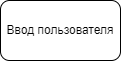
Above: блок схема итоговая.drawio.png in Maratum8888/FinalWork (draw.io), before the change. Source tidied: cells renumbered, new cells last; positions are measured from the earlier drawing's top-left corner, leaving out a move shared by most shapes.
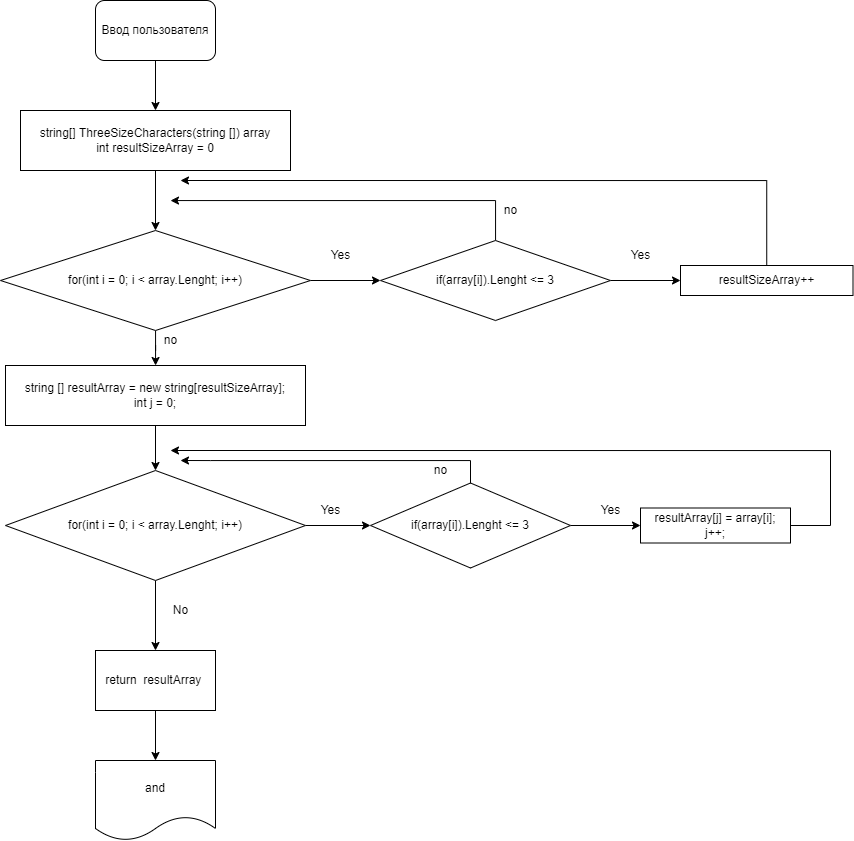
The same diagram one commit later.

Commit message:
блок схема к задаче.drawio.png

What changed in the source:
```diff
@@ -2,8 +2,127 @@
   <root>
     <mxCell id="0" />
     <mxCell id="1" parent="0" />
+    <mxCell id="3" style="edgeStyle=orthogonalEdgeStyle;rounded=0;jettySize=auto;html=1;" parent="1" edge="1" source="2" target="5">
+      <mxGeometry relative="1" as="geometry" />
+    </mxCell>
     <mxCell id="2" value="Ввод пользователя" style="rounded=1;whiteSpace=wrap;html=1;" parent="1" vertex="1">
       <mxGeometry width="120" height="60" as="geometry" />
     </mxCell>
+    <mxCell id="4" style="edgeStyle=orthogonalEdgeStyle;rounded=0;jettySize=auto;html=1;" parent="1" edge="1" source="5" target="8">
+      <mxGeometry relative="1" as="geometry" />
+    </mxCell>
+    <mxCell id="5" value="string[] ThreeSizeCharacters(string []) array&lt;br&gt;int resultSizeArray = 0" style="rounded=0;whiteSpace=wrap;html=1;" parent="1" vertex="1">
+      <mxGeometry x="-75" y="110" width="270" height="60" as="geometry" />
+    </mxCell>
+    <mxCell id="6" style="edgeStyle=orthogonalEdgeStyle;rounded=0;jettySize=auto;html=1;" parent="1" edge="1" source="8" target="11">
+      <mxGeometry relative="1" as="geometry" />
+    </mxCell>
+    <mxCell id="7" style="edgeStyle=orthogonalEdgeStyle;rounded=0;jettySize=auto;html=1;" parent="1" edge="1" source="8" target="20">
+      <mxGeometry relative="1" as="geometry" />
+    </mxCell>
+    <mxCell id="8" value="for(int i = 0; i &amp;lt; array.Lenght; i++)" style="rhombus;whiteSpace=wrap;html=1;" parent="1" vertex="1">
+      <mxGeometry x="-95" y="230" width="310" height="100" as="geometry" />
+    </mxCell>
+    <mxCell id="9" style="edgeStyle=orthogonalEdgeStyle;rounded=0;jettySize=auto;html=1;" parent="1" edge="1" source="11" target="14">
+      <mxGeometry relative="1" as="geometry" />
+    </mxCell>
+    <mxCell id="10" style="edgeStyle=orthogonalEdgeStyle;rounded=0;jettySize=auto;html=1;" parent="1" edge="1" source="11">
+      <mxGeometry relative="1" as="geometry">
+        <mxPoint x="75" y="200" as="targetPoint" />
+        <Array as="points">
+          <mxPoint x="400" y="200" />
+          <mxPoint x="75" y="200" />
+        </Array>
+      </mxGeometry>
+    </mxCell>
+    <mxCell id="11" value="if(array[i]).Lenght &amp;lt;= 3" style="rhombus;whiteSpace=wrap;html=1;" parent="1" vertex="1">
+      <mxGeometry x="285" y="240" width="230" height="80" as="geometry" />
+    </mxCell>
+    <mxCell id="12" value="Yes" style="text;html=1;align=center;verticalAlign=middle;strokeColor=none;fillColor=none;" parent="1" vertex="1">
+      <mxGeometry x="225" y="240" width="40" height="30" as="geometry" />
+    </mxCell>
+    <mxCell id="13" style="edgeStyle=orthogonalEdgeStyle;rounded=0;jettySize=auto;html=1;" parent="1" edge="1" source="14">
+      <mxGeometry relative="1" as="geometry">
+        <mxPoint x="85" y="180" as="targetPoint" />
+        <Array as="points">
+          <mxPoint x="671" y="180" />
+        </Array>
+      </mxGeometry>
+    </mxCell>
+    <mxCell id="14" value="resultSizeArray++" style="rounded=0;whiteSpace=wrap;html=1;" parent="1" vertex="1">
+      <mxGeometry x="585" y="265" width="172.5" height="30" as="geometry" />
+    </mxCell>
+    <mxCell id="15" value="Yes" style="text;html=1;align=center;verticalAlign=middle;strokeColor=none;fillColor=none;" parent="1" vertex="1">
+      <mxGeometry x="525" y="240" width="40" height="30" as="geometry" />
+    </mxCell>
+    <mxCell id="16" style="edgeStyle=orthogonalEdgeStyle;rounded=0;jettySize=auto;html=1;" parent="1" edge="1" source="18" target="25">
+      <mxGeometry relative="1" as="geometry" />
+    </mxCell>
+    <mxCell id="17" style="edgeStyle=orthogonalEdgeStyle;rounded=0;jettySize=auto;html=1;" parent="1" edge="1" source="18" target="29">
+      <mxGeometry relative="1" as="geometry" />
+    </mxCell>
+    <mxCell id="18" value="for(int i = 0; i &amp;lt; array.Lenght; i++)" style="rhombus;whiteSpace=wrap;html=1;" parent="1" vertex="1">
+      <mxGeometry x="-90" y="470" width="300" height="110" as="geometry" />
+    </mxCell>
+    <mxCell id="19" style="edgeStyle=orthogonalEdgeStyle;rounded=0;jettySize=auto;html=1;" parent="1" edge="1" source="20" target="18">
+      <mxGeometry relative="1" as="geometry" />
+    </mxCell>
+    <mxCell id="20" value="string [] resultArray = new string[resultSizeArray];&lt;br&gt;int j = 0;" style="rounded=0;whiteSpace=wrap;html=1;" parent="1" vertex="1">
+      <mxGeometry x="-90" y="365" width="300" height="60" as="geometry" />
+    </mxCell>
+    <mxCell id="21" style="edgeStyle=orthogonalEdgeStyle;rounded=0;jettySize=auto;html=1;" parent="1" edge="1" source="22">
+      <mxGeometry relative="1" as="geometry">
+        <mxPoint x="75" y="450" as="targetPoint" />
+        <Array as="points">
+          <mxPoint x="735" y="525" />
+          <mxPoint x="735" y="450" />
+        </Array>
+      </mxGeometry>
+    </mxCell>
+    <mxCell id="22" value="resultArray[j] = array[i];&lt;br&gt;j++;" style="rounded=0;whiteSpace=wrap;html=1;" parent="1" vertex="1">
+      <mxGeometry x="545" y="507.5" width="150" height="35" as="geometry" />
+    </mxCell>
+    <mxCell id="23" style="edgeStyle=orthogonalEdgeStyle;rounded=0;jettySize=auto;html=1;" parent="1" edge="1" source="25" target="22">
+      <mxGeometry relative="1" as="geometry" />
+    </mxCell>
+    <mxCell id="24" style="edgeStyle=orthogonalEdgeStyle;rounded=0;jettySize=auto;html=1;" parent="1" edge="1" source="25">
+      <mxGeometry relative="1" as="geometry">
+        <mxPoint x="85" y="460" as="targetPoint" />
+        <Array as="points">
+          <mxPoint x="375" y="460" />
+          <mxPoint x="115" y="460" />
+        </Array>
+      </mxGeometry>
+    </mxCell>
+    <mxCell id="25" value="if(array[i]).Lenght &amp;lt;= 3" style="rhombus;whiteSpace=wrap;html=1;" parent="1" vertex="1">
+      <mxGeometry x="275" y="482.5" width="200" height="85" as="geometry" />
+    </mxCell>
+    <mxCell id="26" value="Yes" style="text;html=1;align=center;verticalAlign=middle;strokeColor=none;fillColor=none;" parent="1" vertex="1">
+      <mxGeometry x="215" y="495" width="40" height="30" as="geometry" />
+    </mxCell>
+    <mxCell id="27" value="Yes" style="text;html=1;align=center;verticalAlign=middle;strokeColor=none;fillColor=none;" parent="1" vertex="1">
+      <mxGeometry x="495" y="495" width="40" height="30" as="geometry" />
+    </mxCell>
+    <mxCell id="28" style="edgeStyle=orthogonalEdgeStyle;rounded=0;jettySize=auto;html=1;" parent="1" edge="1" source="29" target="30">
+      <mxGeometry relative="1" as="geometry" />
+    </mxCell>
+    <mxCell id="29" value="return&amp;nbsp; resultArray&amp;nbsp;" style="rounded=0;whiteSpace=wrap;html=1;" parent="1" vertex="1">
+      <mxGeometry y="650" width="120" height="60" as="geometry" />
+    </mxCell>
+    <mxCell id="30" value="and" style="shape=document;whiteSpace=wrap;html=1;boundedLbl=1;" parent="1" vertex="1">
+      <mxGeometry y="760" width="120" height="80" as="geometry" />
+    </mxCell>
+    <mxCell id="31" value="No" style="text;html=1;align=center;verticalAlign=middle;strokeColor=none;fillColor=none;" parent="1" vertex="1">
+      <mxGeometry x="65" y="595" width="40" height="30" as="geometry" />
+    </mxCell>
+    <mxCell id="32" value="no" style="text;html=1;align=center;verticalAlign=middle;strokeColor=none;fillColor=none;" parent="1" vertex="1">
+      <mxGeometry x="395" y="195" width="40" height="30" as="geometry" />
+    </mxCell>
+    <mxCell id="33" value="no" style="text;html=1;align=center;verticalAlign=middle;strokeColor=none;fillColor=none;" parent="1" vertex="1">
+      <mxGeometry x="55" y="325" width="40" height="30" as="geometry" />
+    </mxCell>
+    <mxCell id="34" value="no" style="text;html=1;align=center;verticalAlign=middle;strokeColor=none;fillColor=none;" parent="1" vertex="1">
+      <mxGeometry x="325" y="455" width="40" height="30" as="geometry" />
+    </mxCell>
   </root>
 </mxGraphModel>
```
